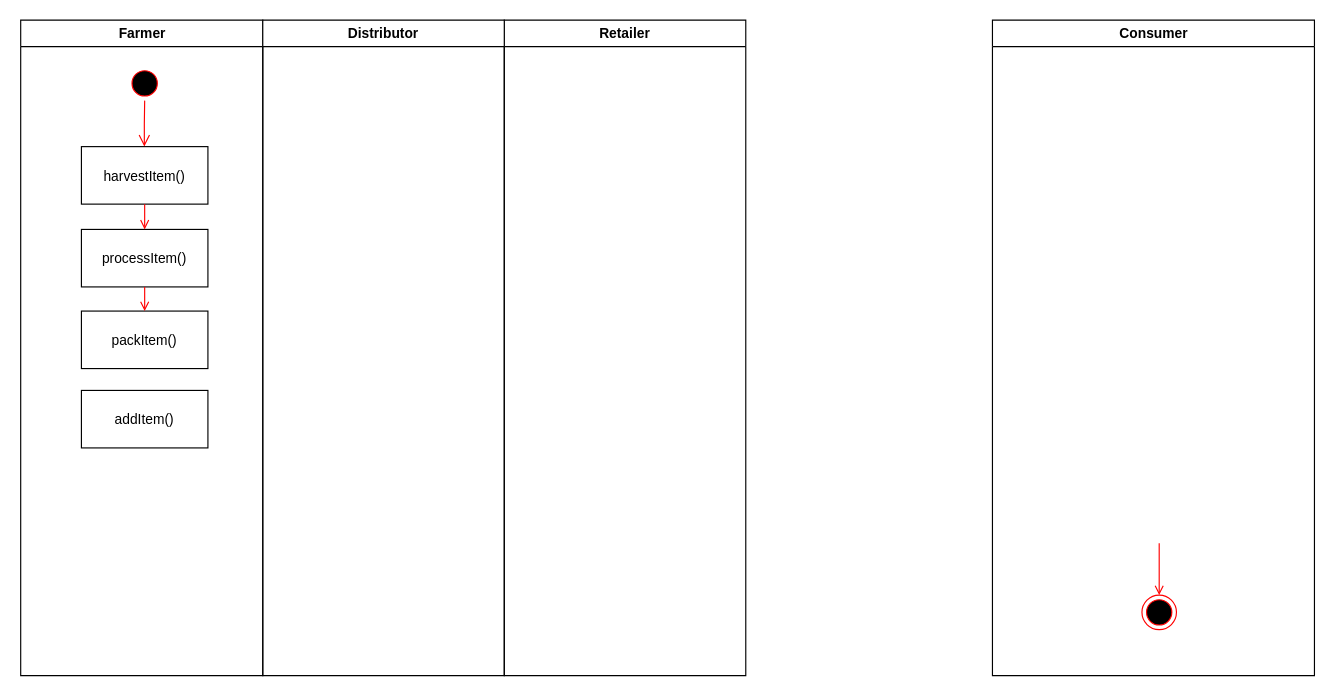
Above: Fair_Trade_Coffe_Supply_Chain/project-6/FTC_UML-activity-diagram.drawio in PaWeRe/Udacity-Blockchain-Nanodegree (draw.io), before the change. Source tidied: cells renumbered, new cells numbered last; positions are measured from the earlier drawing's top-left corner, leaving out a move shared by most shapes. Both pictures are drawn from the tidied source at 115%, with x=0, y=0 at pixel (21, 20).
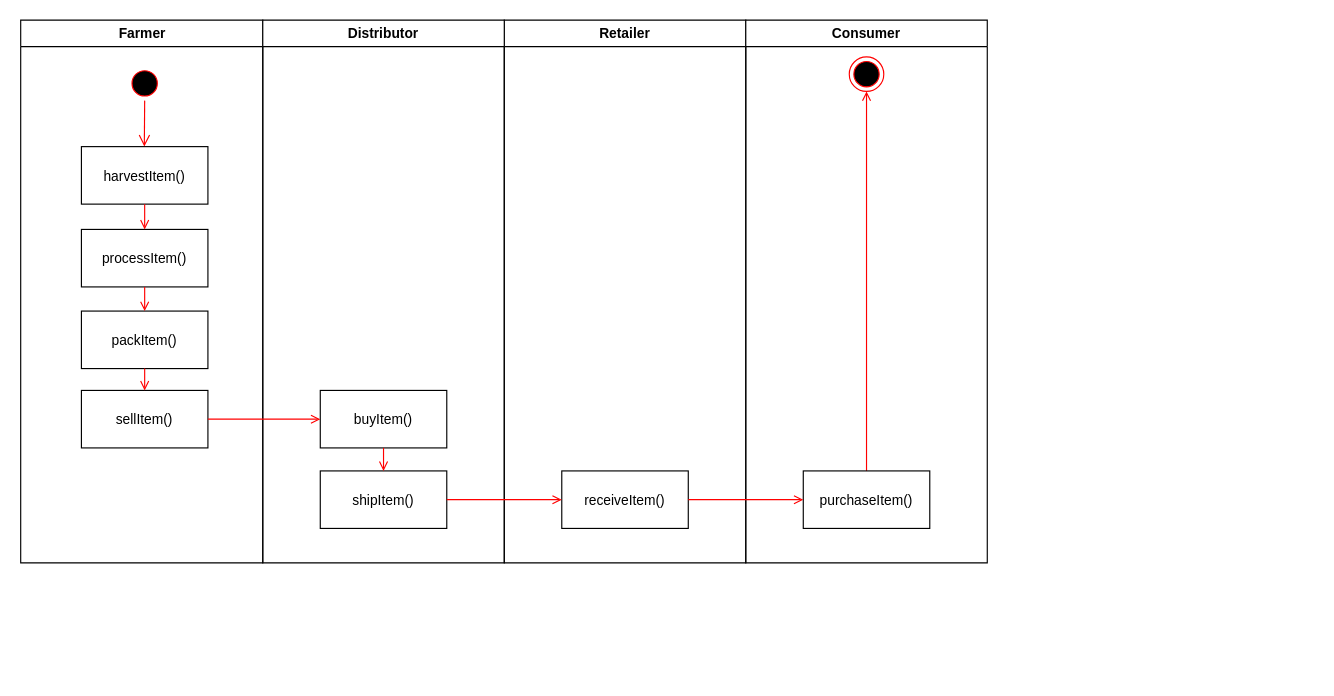
The same page after the edit.

Unchanged cells that the change refers to:
```xml
<mxCell id="3" style="ellipse;shape=startState;fillColor=#000000;strokeColor=#ff0000;" parent="2" vertex="1">
  <mxGeometry x="92.8" y="40" width="30" height="30" as="geometry" />
</mxCell>
<mxCell id="5" value="harvestItem()" parent="2" vertex="1">
  <mxGeometry x="52.8" y="110" width="110" height="50" as="geometry" />
</mxCell>
<mxCell id="8" value="packItem()" parent="2" vertex="1">
  <mxGeometry x="52.8" y="253" width="110" height="50" as="geometry" />
</mxCell>
```

Change to the diagram source:
```diff
@@
     <mxCell id="2" value="Farmer" style="swimlane;whiteSpace=wrap;" parent="1" vertex="1">
-      <mxGeometry x="-0.5" width="210.5" height="570" as="geometry" />
+      <mxGeometry x="-0.5" width="210.5" height="472" as="geometry" />
     </mxCell>
@@
-    <mxCell id="4" style="edgeStyle=elbowEdgeStyle;elbow=horizontal;verticalAlign=bottom;endArrow=open;endSize=8;strokeColor=#FF0000;endFill=1;rounded=0;" parent="2" edge="1" source="3" target="5">
+    <mxCell id="4" style="edgeStyle=elbowEdgeStyle;elbow=horizontal;verticalAlign=bottom;endArrow=open;endSize=8;strokeColor=#FF0000;endFill=1;rounded=0;exitX=0.5;exitY=1;exitDx=0;exitDy=0;" parent="2" edge="1" source="3" target="5">
       <mxGeometry x="92.8" y="40" as="geometry" />
     </mxCell>
@@
-    <mxCell id="10" value="addItem()" parent="2" vertex="1">
+    <mxCell id="10" value="sellItem()" parent="2" vertex="1">
       <mxGeometry x="52.8" y="322" width="110" height="50" as="geometry" />
     </mxCell>
+    <mxCell id="16" style="endArrow=open;strokeColor=#FF0000;endFill=1;rounded=0;entryX=0.5;entryY=0;entryDx=0;entryDy=0;exitX=0.5;exitY=1;exitDx=0;exitDy=0;" parent="2" edge="1" source="8" target="10">
+      <mxGeometry relative="1" as="geometry" />
+    </mxCell>
     <mxCell id="11" value="Retailer" style="swimlane;whiteSpace=wrap;" parent="1" vertex="1">
-      <mxGeometry x="420" width="210" height="570" as="geometry" />
+      <mxGeometry x="420" width="210" height="472" as="geometry" />
     </mxCell>
+    <mxCell id="17" value="receiveItem()" parent="11" vertex="1">
+      <mxGeometry x="50" y="392" width="110" height="50" as="geometry" />
+    </mxCell>
     <mxCell id="12" value="Consumer" style="swimlane;whiteSpace=wrap;" parent="1" vertex="1">
-      <mxGeometry x="844.5" width="280" height="570" as="geometry" />
+      <mxGeometry x="630" width="210" height="472" as="geometry" />
     </mxCell>
     <mxCell id="13" style="ellipse;shape=endState;fillColor=#000000;strokeColor=#ff0000;" parent="12" vertex="1">
-      <mxGeometry x="130" y="500" width="30" height="30" as="geometry" />
+      <mxGeometry x="90" y="32" width="30" height="30" as="geometry" />
     </mxCell>
-    <mxCell id="14" style="endArrow=open;strokeColor=#FF0000;endFill=1;rounded=0;" parent="12" edge="1" target="13">
-      <mxGeometry relative="1" as="geometry">
-        <mxPoint x="145" y="455" as="sourcePoint" />
-      </mxGeometry>
+    <mxCell id="14" style="endArrow=open;strokeColor=#FF0000;endFill=1;rounded=0;exitX=0.5;exitY=0;exitDx=0;exitDy=0;" parent="12" edge="1" source="18" target="13">
+      <mxGeometry relative="1" as="geometry" />
     </mxCell>
+    <mxCell id="18" value="purchaseItem()" parent="12" vertex="1">
+      <mxGeometry x="50" y="392" width="110" height="50" as="geometry" />
+    </mxCell>
     <mxCell id="15" value="Distributor" style="swimlane;whiteSpace=wrap;" parent="1" vertex="1">
-      <mxGeometry x="210" width="210" height="570" as="geometry" />
+      <mxGeometry x="210" width="210" height="472" as="geometry" />
     </mxCell>
+    <mxCell id="19" value="buyItem()" parent="15" vertex="1">
+      <mxGeometry x="50" y="322" width="110" height="50" as="geometry" />
+    </mxCell>
+    <mxCell id="20" value="shipItem()" parent="15" vertex="1">
+      <mxGeometry x="50" y="392" width="110" height="50" as="geometry" />
+    </mxCell>
+    <mxCell id="21" style="endArrow=open;strokeColor=#FF0000;endFill=1;rounded=0;entryX=0.5;entryY=0;entryDx=0;entryDy=0;exitX=0.5;exitY=1;exitDx=0;exitDy=0;" parent="15" edge="1" source="19" target="20">
+      <mxGeometry relative="1" as="geometry" />
+    </mxCell>
+    <mxCell id="22" style="endArrow=open;strokeColor=#FF0000;endFill=1;rounded=0;entryX=0;entryY=0.5;entryDx=0;entryDy=0;exitX=1;exitY=0.5;exitDx=0;exitDy=0;" parent="1" edge="1" source="10" target="19">
+      <mxGeometry relative="1" as="geometry" />
+    </mxCell>
+    <mxCell id="23" style="endArrow=open;strokeColor=#FF0000;endFill=1;rounded=0;entryX=0;entryY=0.5;entryDx=0;entryDy=0;exitX=1;exitY=0.5;exitDx=0;exitDy=0;" parent="1" edge="1" source="20" target="17">
+      <mxGeometry relative="1" as="geometry" />
+    </mxCell>
+    <mxCell id="24" style="endArrow=open;strokeColor=#FF0000;endFill=1;rounded=0;entryX=0;entryY=0.5;entryDx=0;entryDy=0;exitX=1;exitY=0.5;exitDx=0;exitDy=0;" parent="1" edge="1" source="17" target="18">
+      <mxGeometry relative="1" as="geometry" />
+    </mxCell>
```
